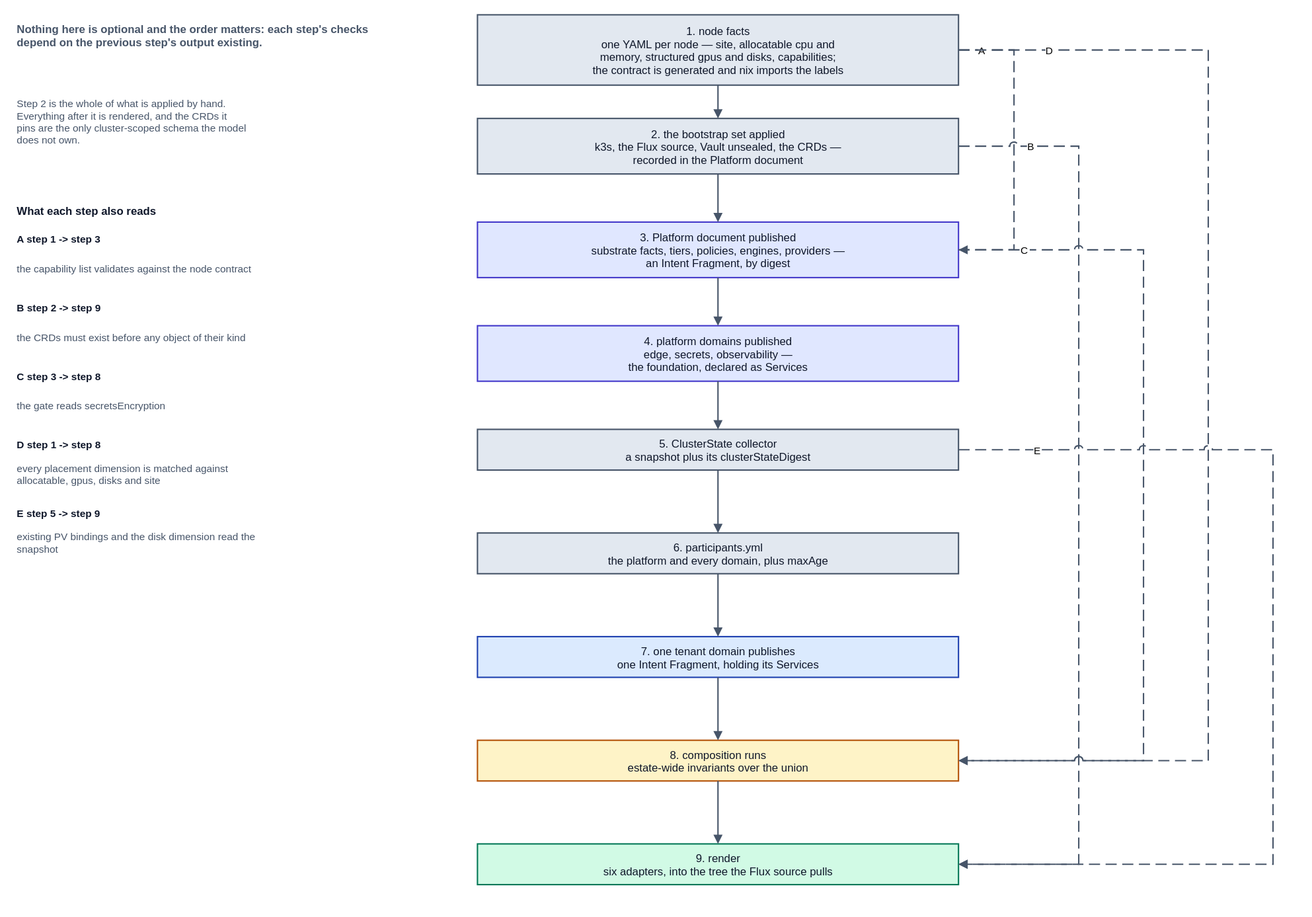
Above: spec/v1/diagrams/60-bootstrap-order.drawio.svg in JorisJonkers-dev/deploy-kit (draw.io), before the change. Source tidied: cells renumbered, new cells last; positions are measured from the earlier drawing's top-left corner, leaving out a move shared by most shapes.
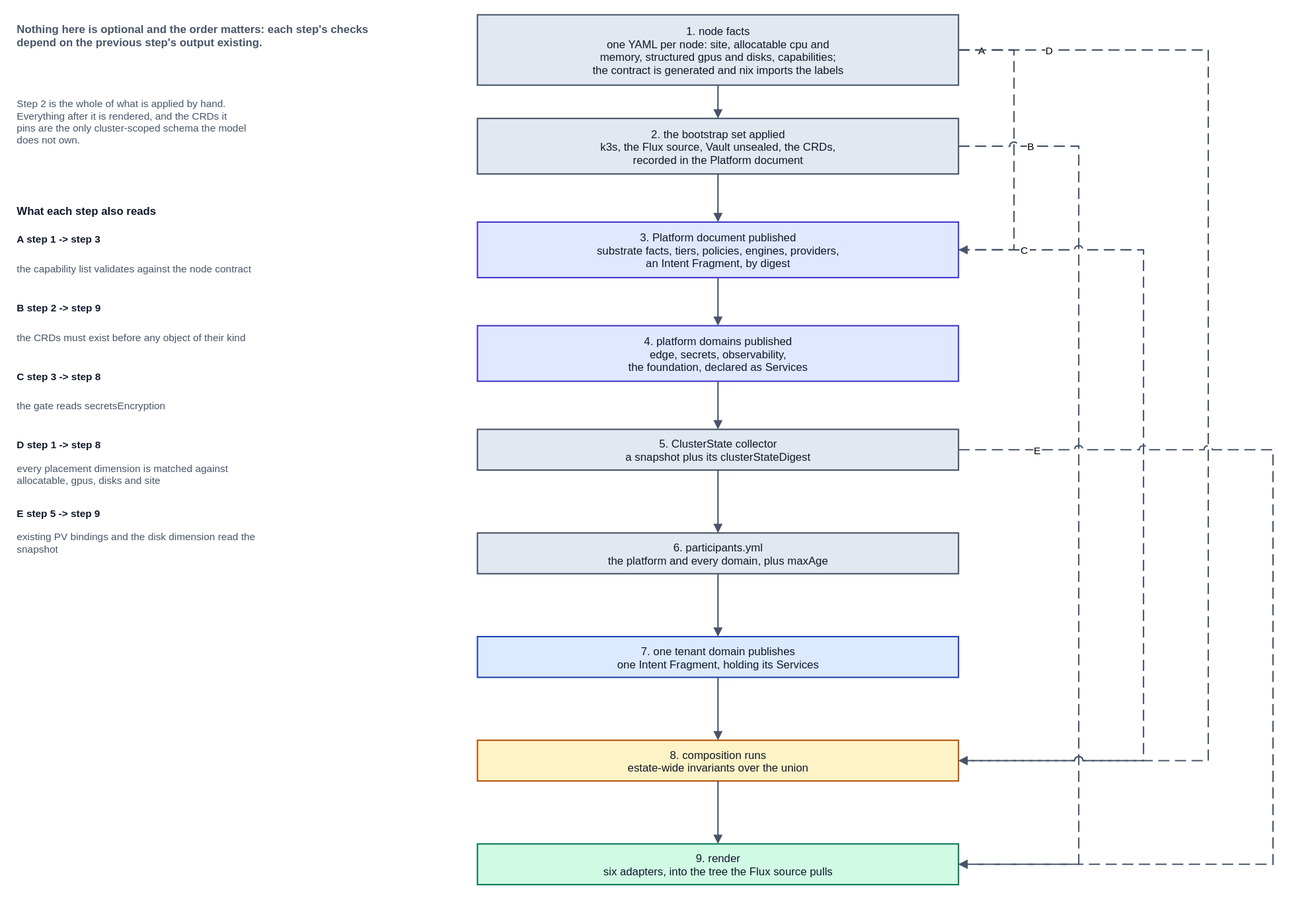
After the change.

The edit, as a diff of the source:
```diff
@@ -2,16 +2,16 @@
   <root>
     <mxCell id="0" />
     <mxCell id="1" parent="0" />
-    <mxCell id="2" value="1.  node facts&#10;one YAML per node — site, allocatable cpu and&#10;memory, structured gpus and disks, capabilities;&#10;the contract is generated and nix imports the labels" style="rounded=0;whiteSpace=nowrap;html=0;align=center;verticalAlign=middle;fillColor=#e2e8f0;strokeColor=#475569;strokeWidth=1.5;fontFamily=Helvetica;fontSize=12;fontColor=#0f172a;" parent="1" vertex="1">
+    <mxCell id="2" value="1.  node facts&#10;one YAML per node: site, allocatable cpu and&#10;memory, structured gpus and disks, capabilities;&#10;the contract is generated and nix imports the labels" style="rounded=0;whiteSpace=nowrap;html=0;align=center;verticalAlign=middle;fillColor=#e2e8f0;strokeColor=#475569;strokeWidth=1.5;fontFamily=Helvetica;fontSize=12;fontColor=#0f172a;" parent="1" vertex="1">
       <mxGeometry x="500" width="520" height="76" as="geometry" />
     </mxCell>
-    <mxCell id="3" value="2.  the bootstrap set applied&#10;k3s, the Flux source, Vault unsealed, the CRDs —&#10;recorded in the Platform document" style="rounded=0;whiteSpace=nowrap;html=0;align=center;verticalAlign=middle;fillColor=#e2e8f0;strokeColor=#475569;strokeWidth=1.5;fontFamily=Helvetica;fontSize=12;fontColor=#0f172a;" parent="1" vertex="1">
+    <mxCell id="3" value="2.  the bootstrap set applied&#10;k3s, the Flux source, Vault unsealed, the CRDs,&#10;recorded in the Platform document" style="rounded=0;whiteSpace=nowrap;html=0;align=center;verticalAlign=middle;fillColor=#e2e8f0;strokeColor=#475569;strokeWidth=1.5;fontFamily=Helvetica;fontSize=12;fontColor=#0f172a;" parent="1" vertex="1">
       <mxGeometry x="500" y="112" width="520" height="60" as="geometry" />
     </mxCell>
-    <mxCell id="4" value="3.  Platform document published&#10;substrate facts, tiers, policies, engines, providers —&#10;an Intent Fragment, by digest" style="rounded=0;whiteSpace=nowrap;html=0;align=center;verticalAlign=middle;fillColor=#e0e7ff;strokeColor=#4338ca;strokeWidth=1.5;fontFamily=Helvetica;fontSize=12;fontColor=#0f172a;" parent="1" vertex="1">
+    <mxCell id="4" value="3.  Platform document published&#10;substrate facts, tiers, policies, engines, providers,&#10;an Intent Fragment, by digest" style="rounded=0;whiteSpace=nowrap;html=0;align=center;verticalAlign=middle;fillColor=#e0e7ff;strokeColor=#4338ca;strokeWidth=1.5;fontFamily=Helvetica;fontSize=12;fontColor=#0f172a;" parent="1" vertex="1">
       <mxGeometry x="500" y="224" width="520" height="60" as="geometry" />
     </mxCell>
-    <mxCell id="5" value="4.  platform domains published&#10;edge, secrets, observability —&#10;the foundation, declared as Services" style="rounded=0;whiteSpace=nowrap;html=0;align=center;verticalAlign=middle;fillColor=#e0e7ff;strokeColor=#4338ca;strokeWidth=1.5;fontFamily=Helvetica;fontSize=12;fontColor=#0f172a;" parent="1" vertex="1">
+    <mxCell id="5" value="4.  platform domains published&#10;edge, secrets, observability,&#10;the foundation, declared as Services" style="rounded=0;whiteSpace=nowrap;html=0;align=center;verticalAlign=middle;fillColor=#e0e7ff;strokeColor=#4338ca;strokeWidth=1.5;fontFamily=Helvetica;fontSize=12;fontColor=#0f172a;" parent="1" vertex="1">
       <mxGeometry x="500" y="336" width="520" height="60" as="geometry" />
     </mxCell>
     <mxCell id="6" value="5.  ClusterState collector&#10;a snapshot plus its clusterStateDigest" style="rounded=0;whiteSpace=nowrap;html=0;align=center;verticalAlign=middle;fillColor=#e2e8f0;strokeColor=#475569;strokeWidth=1.5;fontFamily=Helvetica;fontSize=12;fontColor=#0f172a;" parent="1" vertex="1">
```
